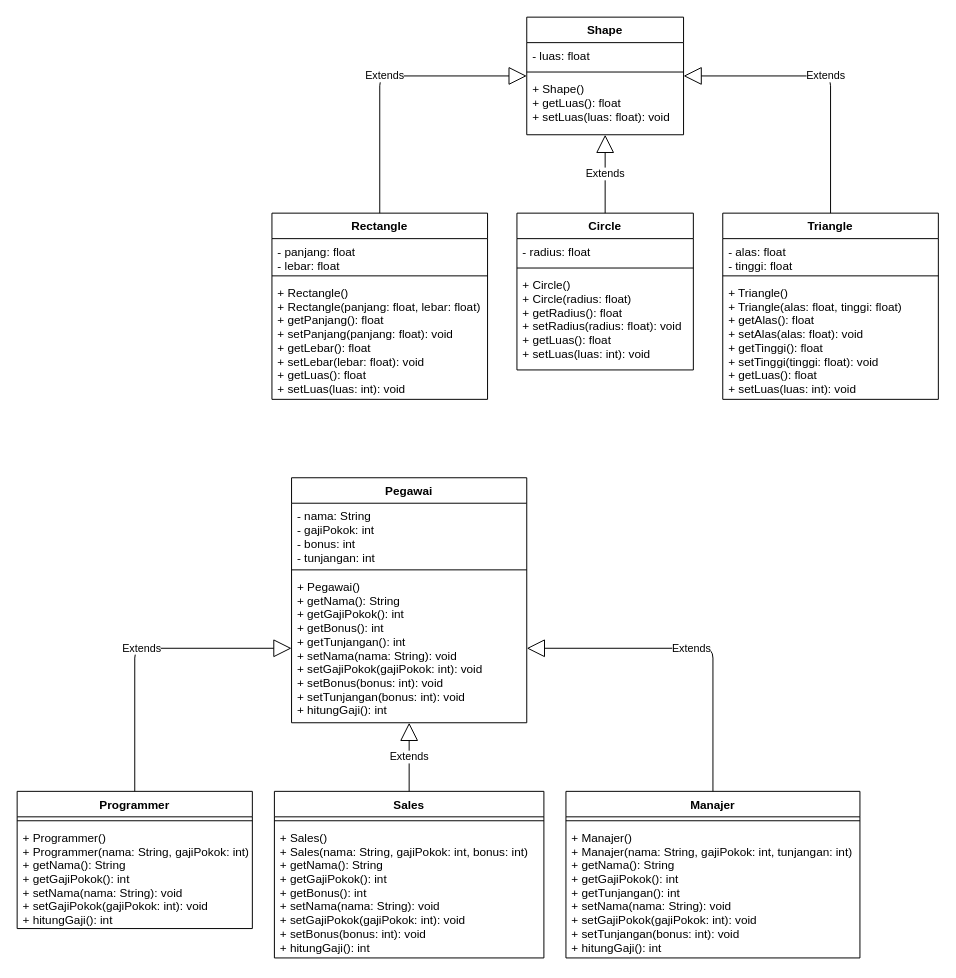
This is polymorphism_2.drawio from freyaldi/unsri-4-OOP, a draw.io file, before an edit. Source tidied: cells renumbered, new cells numbered last; positions are measured from the earlier drawing's top-left corner, leaving out a move shared by most shapes. Both pictures are drawn from the tidied source at 98%, with x=0, y=0 at pixel (17, 17).
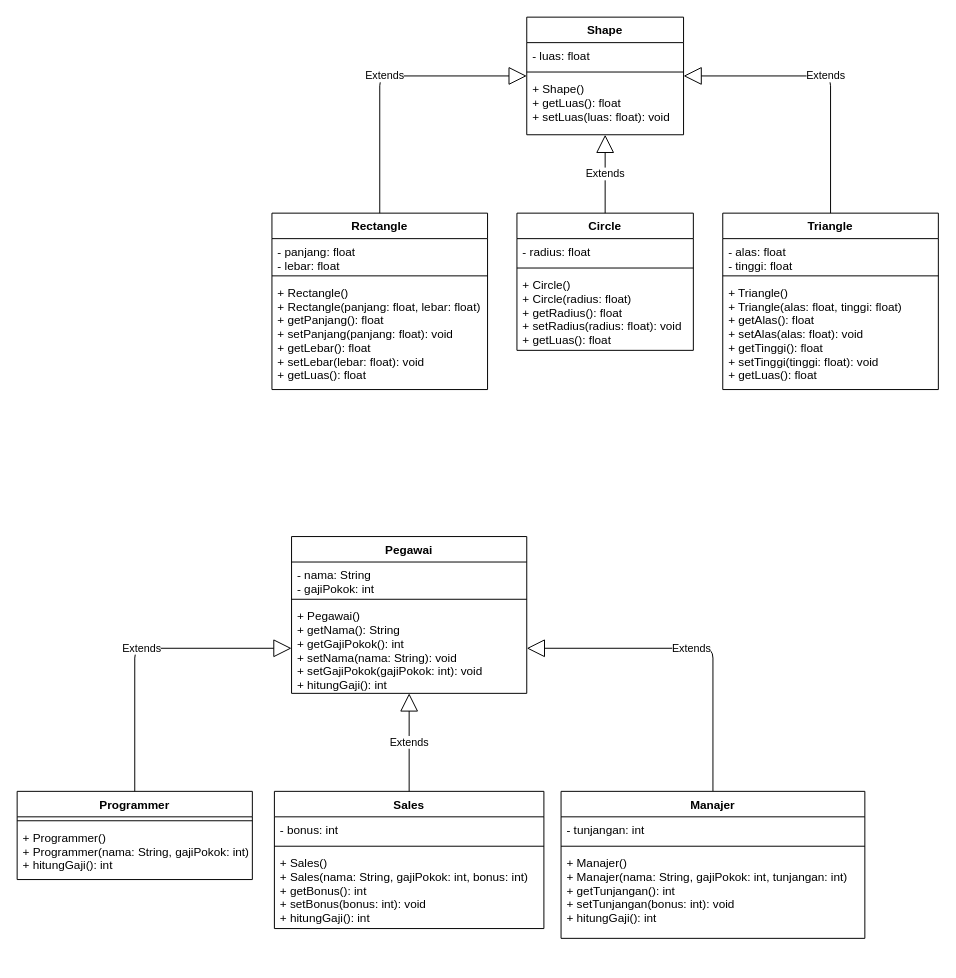
Above is the later version.

What changed in the source:
```diff
@@
     <mxCell id="6" value="Circle" style="swimlane;fontStyle=1;align=center;verticalAlign=top;horizontal=1;startSize=26;" parent="1" vertex="1">
-      <mxGeometry x="510" y="200" width="180" height="160" as="geometry" />
+      <mxGeometry x="510" y="200" width="180" height="140" as="geometry" />
     </mxCell>
@@
-    <mxCell id="9" value="+ Circle()&#10;+ Circle(radius: float)&#10;+ getRadius(): float&#10;+ setRadius(radius: float): void&#10;+ getLuas(): float&#10;+ setLuas(luas: int): void" style="text;strokeColor=none;fillColor=none;align=left;verticalAlign=top;spacingLeft=4;spacingRight=4;overflow=hidden;" parent="6" vertex="1">
-      <mxGeometry y="60" width="180" height="100" as="geometry" />
+    <mxCell id="9" value="+ Circle()&#10;+ Circle(radius: float)&#10;+ getRadius(): float&#10;+ setRadius(radius: float): void&#10;+ getLuas(): float" style="text;strokeColor=none;fillColor=none;align=left;verticalAlign=top;spacingLeft=4;spacingRight=4;overflow=hidden;" parent="6" vertex="1">
+      <mxGeometry y="60" width="180" height="80" as="geometry" />
     </mxCell>
     <mxCell id="10" value="Rectangle" style="swimlane;fontStyle=1;align=center;verticalAlign=top;horizontal=1;startSize=26;" parent="1" vertex="1">
-      <mxGeometry x="260" y="200" width="220" height="190" as="geometry" />
+      <mxGeometry x="260" y="200" width="220" height="180" as="geometry" />
     </mxCell>
@@
-    <mxCell id="13" value="+ Rectangle()&#10;+ Rectangle(panjang: float, lebar: float)&#10;+ getPanjang(): float&#10;+ setPanjang(panjang: float): void&#10;+ getLebar(): float&#10;+ setLebar(lebar: float): void&#10;+ getLuas(): float&#10;+ setLuas(luas: int): void&#10;" style="text;strokeColor=none;fillColor=none;align=left;verticalAlign=top;spacingLeft=4;spacingRight=4;overflow=hidden;" parent="10" vertex="1">
-      <mxGeometry y="68" width="220" height="122" as="geometry" />
+    <mxCell id="13" value="+ Rectangle()&#10;+ Rectangle(panjang: float, lebar: float)&#10;+ getPanjang(): float&#10;+ setPanjang(panjang: float): void&#10;+ getLebar(): float&#10;+ setLebar(lebar: float): void&#10;+ getLuas(): float&#10;" style="text;strokeColor=none;fillColor=none;align=left;verticalAlign=top;spacingLeft=4;spacingRight=4;overflow=hidden;" parent="10" vertex="1">
+      <mxGeometry y="68" width="220" height="112" as="geometry" />
     </mxCell>
     <mxCell id="14" value="Triangle" style="swimlane;fontStyle=1;align=center;verticalAlign=top;horizontal=1;startSize=26;" parent="1" vertex="1">
-      <mxGeometry x="720" y="200" width="220" height="190" as="geometry" />
+      <mxGeometry x="720" y="200" width="220" height="180" as="geometry" />
     </mxCell>
@@
-    <mxCell id="17" value="+ Triangle()&#10;+ Triangle(alas: float, tinggi: float)&#10;+ getAlas(): float&#10;+ setAlas(alas: float): void&#10;+ getTinggi(): float&#10;+ setTinggi(tinggi: float): void&#10;+ getLuas(): float&#10;+ setLuas(luas: int): void&#10;" style="text;strokeColor=none;fillColor=none;align=left;verticalAlign=top;spacingLeft=4;spacingRight=4;overflow=hidden;" parent="14" vertex="1">
-      <mxGeometry y="68" width="220" height="122" as="geometry" />
+    <mxCell id="17" value="+ Triangle()&#10;+ Triangle(alas: float, tinggi: float)&#10;+ getAlas(): float&#10;+ setAlas(alas: float): void&#10;+ getTinggi(): float&#10;+ setTinggi(tinggi: float): void&#10;+ getLuas(): float" style="text;strokeColor=none;fillColor=none;align=left;verticalAlign=top;spacingLeft=4;spacingRight=4;overflow=hidden;" parent="14" vertex="1">
+      <mxGeometry y="68" width="220" height="112" as="geometry" />
     </mxCell>
@@
     <mxCell id="21" value="Pegawai" style="swimlane;fontStyle=1;align=center;verticalAlign=top;horizontal=1;startSize=26;" parent="1" vertex="1">
-      <mxGeometry x="280" y="470" width="240" height="250" as="geometry" />
+      <mxGeometry x="280" y="530" width="240" height="160" as="geometry" />
     </mxCell>
-    <mxCell id="22" value="- nama: String&#10;- gajiPokok: int&#10;- bonus: int&#10;- tunjangan: int" style="text;strokeColor=none;fillColor=none;align=left;verticalAlign=top;spacingLeft=4;spacingRight=4;overflow=hidden;" parent="21" vertex="1">
-      <mxGeometry y="26" width="240" height="64" as="geometry" />
+    <mxCell id="22" value="- nama: String&#10;- gajiPokok: int" style="text;strokeColor=none;fillColor=none;align=left;verticalAlign=top;spacingLeft=4;spacingRight=4;overflow=hidden;" parent="21" vertex="1">
+      <mxGeometry y="26" width="240" height="34" as="geometry" />
     </mxCell>
     <mxCell id="23" style="line;strokeWidth=1;fillColor=none;align=left;verticalAlign=middle;spacingTop=-1;spacingLeft=3;spacingRight=3;labelPosition=right;" parent="21" vertex="1">
-      <mxGeometry y="90" width="240" height="8" as="geometry" />
+      <mxGeometry y="60" width="240" height="8" as="geometry" />
     </mxCell>
-    <mxCell id="24" value="+ Pegawai()&#10;+ getNama(): String&#10;+ getGajiPokok(): int&#10;+ getBonus(): int&#10;+ getTunjangan(): int&#10;+ setNama(nama: String): void&#10;+ setGajiPokok(gajiPokok: int): void&#10;+ setBonus(bonus: int): void&#10;+ setTunjangan(bonus: int): void&#10;+ hitungGaji(): int&#10;" style="text;strokeColor=none;fillColor=none;align=left;verticalAlign=top;spacingLeft=4;spacingRight=4;overflow=hidden;points=[[0,0.5],[1,0.5]];portConstraint=eastwest;" parent="21" vertex="1">
-      <mxGeometry y="98" width="240" height="152" as="geometry" />
+    <mxCell id="24" value="+ Pegawai()&#10;+ getNama(): String&#10;+ getGajiPokok(): int&#10;+ setNama(nama: String): void&#10;+ setGajiPokok(gajiPokok: int): void&#10;+ hitungGaji(): int&#10;" style="text;strokeColor=none;fillColor=none;align=left;verticalAlign=top;spacingLeft=4;spacingRight=4;overflow=hidden;points=[[0,0.5],[1,0.5]];portConstraint=eastwest;" parent="21" vertex="1">
+      <mxGeometry y="68" width="240" height="92" as="geometry" />
     </mxCell>
     <mxCell id="25" value="Programmer" style="swimlane;fontStyle=1;align=center;verticalAlign=top;horizontal=1;startSize=26;" parent="1" vertex="1">
-      <mxGeometry y="790" width="240" height="140" as="geometry" />
+      <mxGeometry y="790" width="240" height="90" as="geometry" />
     </mxCell>
@@
-    <mxCell id="27" value="+ Programmer()&#10;+ Programmer(nama: String, gajiPokok: int) &#10;+ getNama(): String&#10;+ getGajiPokok(): int&#10;+ setNama(nama: String): void&#10;+ setGajiPokok(gajiPokok: int): void&#10;+ hitungGaji(): int" style="text;strokeColor=none;fillColor=none;align=left;verticalAlign=top;spacingLeft=4;spacingRight=4;overflow=hidden;" parent="25" vertex="1">
-      <mxGeometry y="34" width="240" height="106" as="geometry" />
+    <mxCell id="27" value="+ Programmer()&#10;+ Programmer(nama: String, gajiPokok: int) &#10;+ hitungGaji(): int" style="text;strokeColor=none;fillColor=none;align=left;verticalAlign=top;spacingLeft=4;spacingRight=4;overflow=hidden;" parent="25" vertex="1">
+      <mxGeometry y="34" width="240" height="56" as="geometry" />
     </mxCell>
     <mxCell id="28" value="Sales" style="swimlane;fontStyle=1;align=center;verticalAlign=top;horizontal=1;startSize=26;" parent="1" vertex="1">
-      <mxGeometry x="262.5" y="790" width="275" height="170" as="geometry" />
+      <mxGeometry x="262.5" y="790" width="275" height="140" as="geometry" />
     </mxCell>
+    <mxCell id="37" value="- bonus: int" style="text;strokeColor=none;fillColor=none;align=left;verticalAlign=top;spacingLeft=4;spacingRight=4;overflow=hidden;" parent="28" vertex="1">
+      <mxGeometry y="26" width="275" height="26" as="geometry" />
+    </mxCell>
     <mxCell id="29" style="line;strokeWidth=1;fillColor=none;align=left;verticalAlign=middle;spacingTop=-1;spacingLeft=3;spacingRight=3;labelPosition=right;" parent="28" vertex="1">
-      <mxGeometry y="26" width="275" height="8" as="geometry" />
+      <mxGeometry y="52" width="275" height="8" as="geometry" />
     </mxCell>
-    <mxCell id="30" value="+ Sales()&#10;+ Sales(nama: String, gajiPokok: int, bonus: int)&#10;+ getNama(): String&#10;+ getGajiPokok(): int&#10;+ getBonus(): int&#10;+ setNama(nama: String): void&#10;+ setGajiPokok(gajiPokok: int): void&#10;+ setBonus(bonus: int): void&#10;+ hitungGaji(): int" style="text;strokeColor=none;fillColor=none;align=left;verticalAlign=top;spacingLeft=4;spacingRight=4;overflow=hidden;" parent="28" vertex="1">
-      <mxGeometry y="34" width="275" height="136" as="geometry" />
+    <mxCell id="30" value="+ Sales()&#10;+ Sales(nama: String, gajiPokok: int, bonus: int)&#10;+ getBonus(): int&#10;+ setBonus(bonus: int): void&#10;+ hitungGaji(): int" style="text;strokeColor=none;fillColor=none;align=left;verticalAlign=top;spacingLeft=4;spacingRight=4;overflow=hidden;" parent="28" vertex="1">
+      <mxGeometry y="60" width="275" height="80" as="geometry" />
     </mxCell>
-    <mxCell id="31" value="Manajer" style="swimlane;fontStyle=1;align=center;verticalAlign=top;horizontal=1;startSize=26;" parent="1" vertex="1">
-      <mxGeometry x="560" y="790" width="300" height="170" as="geometry" />
-    </mxCell>
-    <mxCell id="32" style="line;strokeWidth=1;fillColor=none;align=left;verticalAlign=middle;spacingTop=-1;spacingLeft=3;spacingRight=3;labelPosition=right;" parent="31" vertex="1">
-      <mxGeometry y="26" width="300" height="8" as="geometry" />
-    </mxCell>
-    <mxCell id="33" value="+ Manajer()&#10;+ Manajer(nama: String, gajiPokok: int, tunjangan: int)&#10;+ getNama(): String&#10;+ getGajiPokok(): int&#10;+ getTunjangan(): int&#10;+ setNama(nama: String): void&#10;+ setGajiPokok(gajiPokok: int): void&#10;+ setTunjangan(bonus: int): void&#10;+ hitungGaji(): int" style="text;strokeColor=none;fillColor=none;align=left;verticalAlign=top;spacingLeft=4;spacingRight=4;overflow=hidden;" parent="31" vertex="1">
-      <mxGeometry y="34" width="300" height="136" as="geometry" />
-    </mxCell>
@@
+    <mxCell id="31" value="Manajer" style="swimlane;fontStyle=1;align=center;verticalAlign=top;horizontal=1;startSize=26;" parent="1" vertex="1">
+      <mxGeometry x="555" y="790" width="310" height="150" as="geometry" />
+    </mxCell>
+    <mxCell id="38" value="- tunjangan: int" style="text;strokeColor=none;fillColor=none;align=left;verticalAlign=top;spacingLeft=4;spacingRight=4;overflow=hidden;" parent="31" vertex="1">
+      <mxGeometry y="26" width="310" height="26" as="geometry" />
+    </mxCell>
+    <mxCell id="39" style="line;strokeWidth=1;fillColor=none;align=left;verticalAlign=middle;spacingTop=-1;spacingLeft=3;spacingRight=3;labelPosition=right;" parent="31" vertex="1">
+      <mxGeometry y="52" width="310" height="8" as="geometry" />
+    </mxCell>
+    <mxCell id="40" value="+ Manajer()&#10;+ Manajer(nama: String, gajiPokok: int, tunjangan: int)&#10;+ getTunjangan(): int&#10;+ setTunjangan(bonus: int): void&#10;+ hitungGaji(): int" style="text;strokeColor=none;fillColor=none;align=left;verticalAlign=top;spacingLeft=4;spacingRight=4;overflow=hidden;" parent="31" vertex="1">
+      <mxGeometry y="60" width="310" height="90" as="geometry" />
+    </mxCell>
```
